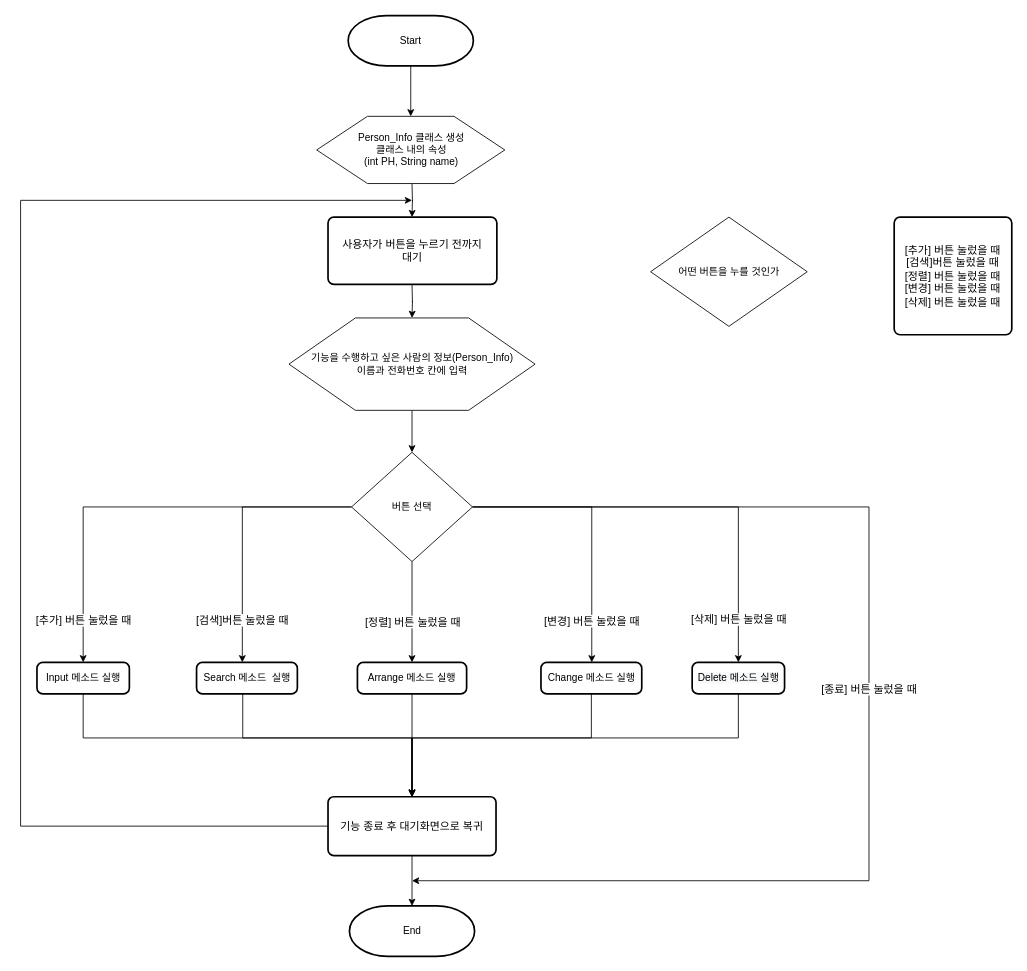
The draw.io diagram 순서도/전화번호관리부 main 함수 순서도_Java.drawio in skatld123/PH_list_java, before the edit. Source tidied: cells renumbered, new cells numbered last; positions are measured from the earlier drawing's top-left corner, leaving out a move shared by most shapes. Both pictures are drawn from the tidied source at 84%, with x=0, y=0 at pixel (20, 15).
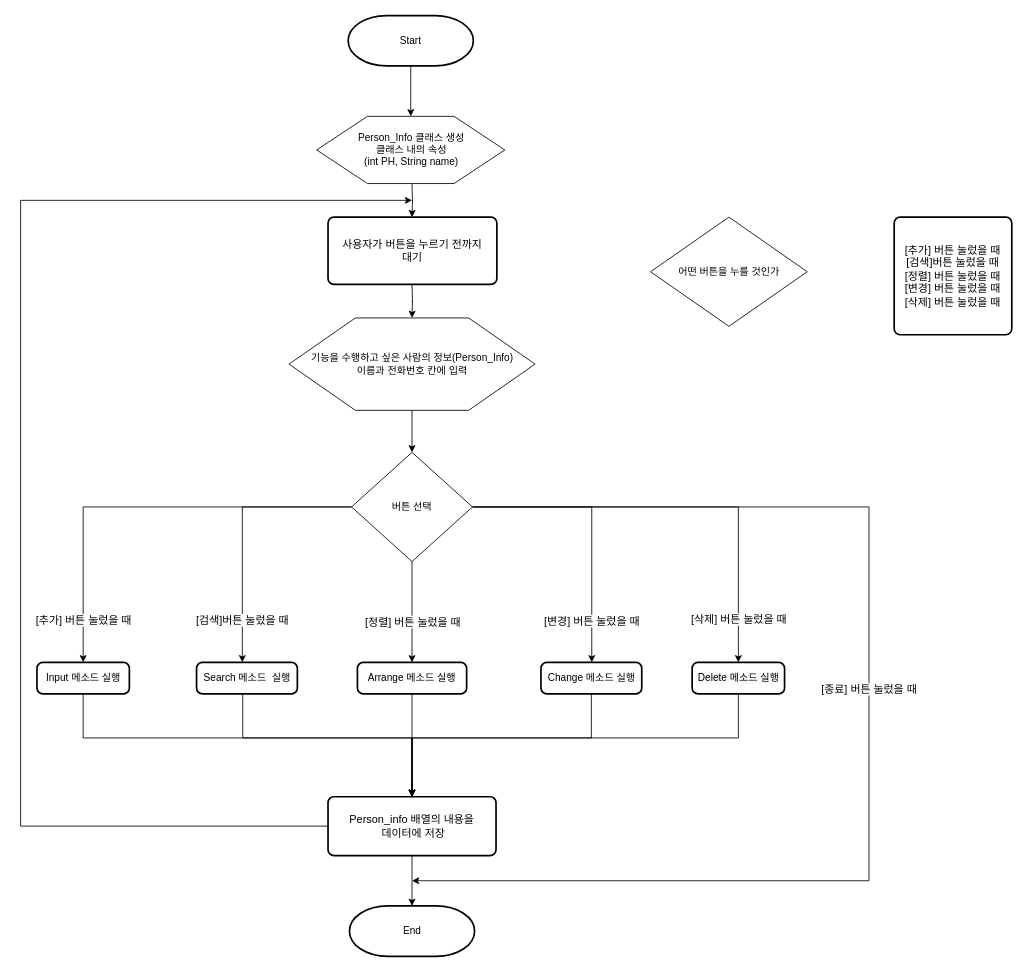
After the change.

Commit message:
전화번호관리부 main 함수 순서도_Java.drawio 업데이트

Diff of the diagram source:
```diff
@@
-    <mxCell id="23" value="기능 종료 후 대기화면으로 복귀" style="rounded=1;whiteSpace=wrap;html=1;absoluteArcSize=1;arcSize=14;strokeWidth=2;fontSize=13;" parent="1" vertex="1">
+    <mxCell id="23" value="Person_info 배열의 내용을&lt;br&gt;&amp;nbsp;데이터에 저장" style="rounded=1;whiteSpace=wrap;html=1;absoluteArcSize=1;arcSize=14;strokeWidth=2;fontSize=13;" parent="1" vertex="1">
       <mxGeometry x="366" y="930" width="200" height="70" as="geometry" />
     </mxCell>
```
